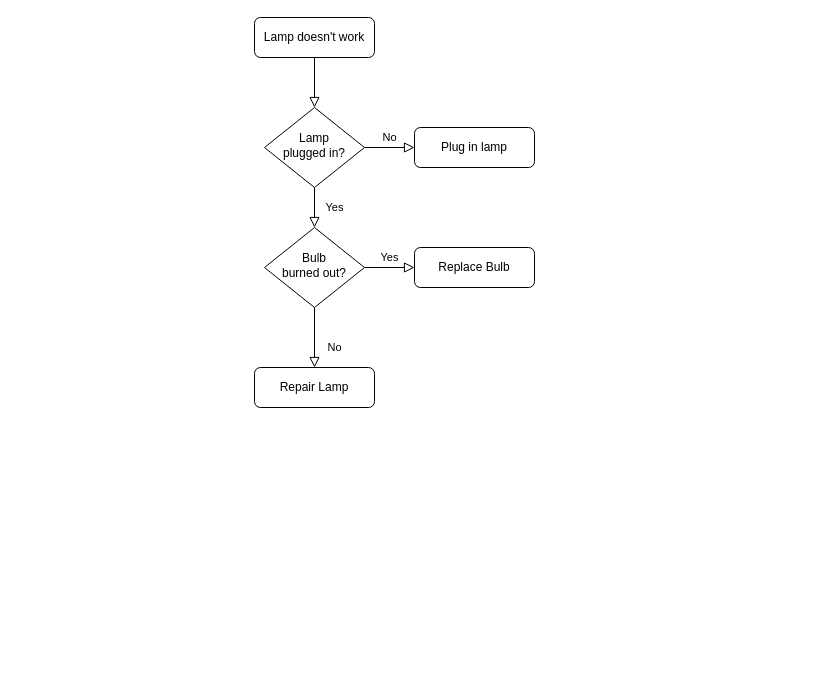
Above: Untitled Diagram.drawio in ZibaBahari/toDoList (draw.io), before the change. Source tidied: cells renumbered, new cells numbered last; positions are measured from the earlier drawing's top-left corner, leaving out a move shared by most shapes. Both pictures are drawn from the tidied source at 100%, with x=0, y=0 at pixel (254, 17).
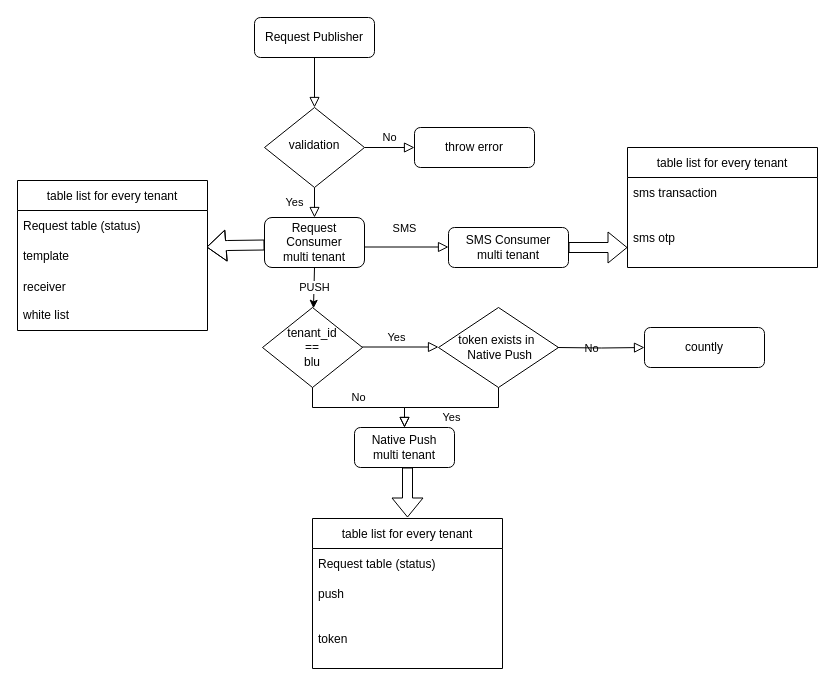
The same page after the edit.

The edit, as a diff of the source:
```diff
@@
-    <mxCell id="3" value="Lamp doesn't work" style="rounded=1;whiteSpace=wrap;html=1;fontSize=12;glass=0;strokeWidth=1;shadow=0;" parent="1" vertex="1">
+    <mxCell id="3" value="Request Publisher" style="rounded=1;whiteSpace=wrap;html=1;fontSize=12;glass=0;strokeWidth=1;shadow=0;" parent="1" vertex="1">
       <mxGeometry width="120" height="40" as="geometry" />
     </mxCell>
-    <mxCell id="4" value="Yes" style="rounded=0;html=1;jettySize=auto;fontSize=11;endArrow=block;endFill=0;endSize=8;strokeWidth=1;shadow=0;labelBackgroundColor=none;edgeStyle=orthogonalEdgeStyle;" parent="1" edge="1" source="6" target="10">
+    <mxCell id="4" value="Yes" style="rounded=0;html=1;jettySize=auto;fontSize=11;endArrow=block;endFill=0;endSize=8;strokeWidth=1;shadow=0;labelBackgroundColor=none;edgeStyle=orthogonalEdgeStyle;entryX=0.5;entryY=0;entryDx=0;entryDy=0;" parent="1" edge="1" source="6" target="13">
       <mxGeometry y="20" relative="1" as="geometry" />
     </mxCell>
@@
-    <mxCell id="6" value="Lamp&lt;br&gt;plugged in?" style="rhombus;whiteSpace=wrap;html=1;shadow=0;fontFamily=Helvetica;fontSize=12;align=center;strokeWidth=1;spacing=6;spacingTop=-4;" parent="1" vertex="1">
+    <mxCell id="6" value="validation" style="rhombus;whiteSpace=wrap;html=1;shadow=0;fontFamily=Helvetica;fontSize=12;align=center;strokeWidth=1;spacing=6;spacingTop=-4;" parent="1" vertex="1">
       <mxGeometry x="10" y="90" width="100" height="80" as="geometry" />
     </mxCell>
-    <mxCell id="7" value="Plug in lamp" style="rounded=1;whiteSpace=wrap;html=1;fontSize=12;glass=0;strokeWidth=1;shadow=0;" parent="1" vertex="1">
+    <mxCell id="7" value="throw error" style="rounded=1;whiteSpace=wrap;html=1;fontSize=12;glass=0;strokeWidth=1;shadow=0;" parent="1" vertex="1">
       <mxGeometry x="160" y="110" width="120" height="40" as="geometry" />
     </mxCell>
-    <mxCell id="8" value="No" style="rounded=0;html=1;jettySize=auto;fontSize=11;endArrow=block;endFill=0;endSize=8;strokeWidth=1;shadow=0;labelBackgroundColor=none;edgeStyle=orthogonalEdgeStyle;" parent="1" edge="1" source="10" target="11">
-      <mxGeometry x="0.33" y="20" relative="1" as="geometry" />
-    </mxCell>
-    <mxCell id="9" value="Yes" style="edgeStyle=orthogonalEdgeStyle;rounded=0;html=1;jettySize=auto;fontSize=11;endArrow=block;endFill=0;endSize=8;strokeWidth=1;shadow=0;labelBackgroundColor=none;" parent="1" edge="1" source="10" target="12">
-      <mxGeometry y="10" relative="1" as="geometry" />
+    <mxCell id="9" value="Yes" style="edgeStyle=orthogonalEdgeStyle;rounded=0;html=1;jettySize=auto;orthogonalLoop=1;fontSize=11;endArrow=block;endFill=0;endSize=8;strokeWidth=1;shadow=0;labelBackgroundColor=none;" parent="1" edge="1">
+      <mxGeometry y="10" relative="1" as="geometry">
+        <mxPoint x="100" y="329.5" as="sourcePoint" />
+        <mxPoint x="184" y="329.5" as="targetPoint" />
+        <Array as="points">
+          <mxPoint x="100" y="329.5" />
+        </Array>
+      </mxGeometry>
     </mxCell>
-    <mxCell id="10" value="Bulb&lt;br&gt;burned out?" style="rhombus;whiteSpace=wrap;html=1;shadow=0;fontFamily=Helvetica;fontSize=12;align=center;strokeWidth=1;spacing=6;spacingTop=-4;" parent="1" vertex="1">
-      <mxGeometry x="10" y="210" width="100" height="80" as="geometry" />
-    </mxCell>
-    <mxCell id="11" value="Repair Lamp" style="rounded=1;whiteSpace=wrap;html=1;fontSize=12;glass=0;strokeWidth=1;shadow=0;" parent="1" vertex="1">
-      <mxGeometry y="350" width="120" height="40" as="geometry" />
-    </mxCell>
-    <mxCell id="12" value="Replace Bulb" style="rounded=1;whiteSpace=wrap;html=1;fontSize=12;glass=0;strokeWidth=1;shadow=0;" parent="1" vertex="1">
-      <mxGeometry x="160" y="230" width="120" height="40" as="geometry" />
+    <mxCell id="12" value="SMS Consumer&lt;br&gt;multi tenant" style="rounded=1;whiteSpace=wrap;html=1;fontSize=12;glass=0;strokeWidth=1;shadow=0;" parent="1" vertex="1">
+      <mxGeometry x="194" y="210" width="120" height="40" as="geometry" />
     </mxCell>
+    <mxCell id="13" value="Request Consumer&lt;br&gt;multi tenant&lt;br&gt;" style="rounded=1;whiteSpace=wrap;html=1;" parent="1" vertex="1">
+      <mxGeometry x="10" y="200" width="100" height="50" as="geometry" />
+    </mxCell>
+    <mxCell id="14" value="PUSH" style="endArrow=classic;html=1;rounded=0;exitX=0.5;exitY=1;exitDx=0;exitDy=0;" parent="1" edge="1" source="13" target="15">
+      <mxGeometry relative="1" as="geometry" />
+    </mxCell>
+    <mxCell id="15" value="tenant_id&lt;br&gt;== &lt;br&gt;blu" style="rhombus;whiteSpace=wrap;html=1;" parent="1" vertex="1">
+      <mxGeometry x="8" y="290" width="100" height="80" as="geometry" />
+    </mxCell>
+    <mxCell id="16" value="token exists in&amp;nbsp; &amp;nbsp;Native Push" style="rhombus;whiteSpace=wrap;html=1;" parent="1" vertex="1">
+      <mxGeometry x="184" y="290" width="120" height="80" as="geometry" />
+    </mxCell>
+    <mxCell id="17" value="SMS" style="edgeStyle=orthogonalEdgeStyle;rounded=0;html=1;jettySize=auto;orthogonalLoop=1;fontSize=11;endArrow=block;endFill=0;endSize=8;strokeWidth=1;shadow=0;labelBackgroundColor=none;" parent="1" edge="1">
+      <mxGeometry x="-0.05" y="20" relative="1" as="geometry">
+        <mxPoint x="110" y="229.5" as="sourcePoint" />
+        <mxPoint x="194" y="229.5" as="targetPoint" />
+        <Array as="points">
+          <mxPoint x="110" y="229.5" />
+        </Array>
+        <mxPoint y="1" as="offset" />
+      </mxGeometry>
+    </mxCell>
+    <mxCell id="18" value="countly" style="rounded=1;whiteSpace=wrap;html=1;fontSize=12;glass=0;strokeWidth=1;shadow=0;" parent="1" vertex="1">
+      <mxGeometry x="390" y="310" width="120" height="40" as="geometry" />
+    </mxCell>
+    <mxCell id="19" value="No" style="edgeStyle=orthogonalEdgeStyle;rounded=0;html=1;jettySize=auto;fontSize=11;endArrow=block;endFill=0;endSize=8;strokeWidth=1;shadow=0;labelBackgroundColor=none;entryX=0;entryY=0.5;entryDx=0;entryDy=0;" parent="1" edge="1" target="18">
+      <mxGeometry y="10" relative="1" as="geometry">
+        <mxPoint x="303" y="330" as="sourcePoint" />
+      </mxGeometry>
+    </mxCell>
+    <mxCell id="20" value="Yes" style="edgeStyle=orthogonalEdgeStyle;rounded=0;html=1;jettySize=auto;fontSize=11;endArrow=block;endFill=0;endSize=8;strokeWidth=1;shadow=0;labelBackgroundColor=none;exitX=0.5;exitY=1;exitDx=0;exitDy=0;" parent="1" edge="1" source="16">
+      <mxGeometry y="10" relative="1" as="geometry">
+        <mxPoint x="150" y="410" as="targetPoint" />
+        <Array as="points">
+          <mxPoint x="244" y="390" />
+          <mxPoint x="150" y="390" />
+        </Array>
+      </mxGeometry>
+    </mxCell>
+    <mxCell id="21" value="No" style="edgeStyle=orthogonalEdgeStyle;rounded=0;html=1;jettySize=auto;fontSize=11;endArrow=block;endFill=0;endSize=8;strokeWidth=1;shadow=0;labelBackgroundColor=none;exitX=0.5;exitY=1;exitDx=0;exitDy=0;" parent="1" edge="1" source="15">
+      <mxGeometry y="10" relative="1" as="geometry">
+        <mxPoint x="150" y="410" as="targetPoint" />
+        <Array as="points">
+          <mxPoint x="58" y="390" />
+          <mxPoint x="150" y="390" />
+          <mxPoint x="150" y="410" />
+        </Array>
+      </mxGeometry>
+    </mxCell>
+    <mxCell id="22" value="Native Push&lt;br&gt;multi tenant" style="rounded=1;whiteSpace=wrap;html=1;" parent="1" vertex="1">
+      <mxGeometry x="100" y="410" width="100" height="40" as="geometry" />
+    </mxCell>
+    <mxCell id="23" value="table list for every tenant" style="swimlane;fontStyle=0;horizontal=1;startSize=30;" parent="1" vertex="1">
+      <mxGeometry x="-237" y="163" width="190" height="150" as="geometry" />
+    </mxCell>
+    <mxCell id="24" value="Request table (status)" style="text;strokeColor=none;fillColor=none;align=left;verticalAlign=middle;spacingLeft=4;spacingRight=4;overflow=hidden;" parent="23" vertex="1">
+      <mxGeometry y="30" width="190" height="30" as="geometry" />
+    </mxCell>
+    <mxCell id="25" value="template" style="text;strokeColor=none;fillColor=none;align=left;verticalAlign=middle;spacingLeft=4;spacingRight=4;overflow=hidden;" parent="23" vertex="1">
+      <mxGeometry y="60" width="190" height="30" as="geometry" />
+    </mxCell>
+    <mxCell id="26" value="receiver&#10;&#10;white list" style="text;strokeColor=none;fillColor=none;align=left;verticalAlign=middle;spacingLeft=4;spacingRight=4;overflow=hidden;" parent="23" vertex="1">
+      <mxGeometry y="90" width="190" height="60" as="geometry" />
+    </mxCell>
+    <mxCell id="27" style="shape=flexArrow;endArrow=classic;html=1;rounded=0;exitX=0;exitY=0.75;exitDx=0;exitDy=0;" parent="1" edge="1">
+      <mxGeometry relative="1" as="geometry">
+        <mxPoint x="10" y="227.5" as="sourcePoint" />
+        <mxPoint x="-48" y="229.6" as="targetPoint" />
+        <Array as="points">
+          <mxPoint x="-27" y="228" />
+        </Array>
+      </mxGeometry>
+    </mxCell>
+    <mxCell id="28" style="shape=flexArrow;endArrow=classic;html=1;rounded=0;" parent="1" edge="1">
+      <mxGeometry relative="1" as="geometry">
+        <mxPoint x="153" y="450" as="sourcePoint" />
+        <mxPoint x="153" y="500" as="targetPoint" />
+      </mxGeometry>
+    </mxCell>
+    <mxCell id="29" value="table list for every tenant" style="swimlane;fontStyle=0;horizontal=1;startSize=30;" parent="1" vertex="1">
+      <mxGeometry x="58" y="501" width="190" height="150" as="geometry" />
+    </mxCell>
+    <mxCell id="30" value="Request table (status)" style="text;strokeColor=none;fillColor=none;align=left;verticalAlign=middle;spacingLeft=4;spacingRight=4;overflow=hidden;" parent="29" vertex="1">
+      <mxGeometry y="30" width="190" height="30" as="geometry" />
+    </mxCell>
+    <mxCell id="31" value="push" style="text;strokeColor=none;fillColor=none;align=left;verticalAlign=middle;spacingLeft=4;spacingRight=4;overflow=hidden;" parent="29" vertex="1">
+      <mxGeometry y="60" width="190" height="30" as="geometry" />
+    </mxCell>
+    <mxCell id="32" value="token" style="text;strokeColor=none;fillColor=none;align=left;verticalAlign=middle;spacingLeft=4;spacingRight=4;overflow=hidden;" parent="29" vertex="1">
+      <mxGeometry y="90" width="190" height="60" as="geometry" />
+    </mxCell>
+    <mxCell id="33" style="shape=flexArrow;endArrow=classic;html=1;rounded=0;exitX=1;exitY=0.5;exitDx=0;exitDy=0;" parent="1" edge="1" source="12">
+      <mxGeometry relative="1" as="geometry">
+        <mxPoint x="373" y="230" as="targetPoint" />
+      </mxGeometry>
+    </mxCell>
+    <mxCell id="34" value="table list for every tenant" style="swimlane;fontStyle=0;horizontal=1;startSize=30;" parent="1" vertex="1">
+      <mxGeometry x="373" y="130" width="190" height="120" as="geometry" />
+    </mxCell>
+    <mxCell id="35" value="sms transaction" style="text;strokeColor=none;fillColor=none;align=left;verticalAlign=middle;spacingLeft=4;spacingRight=4;overflow=hidden;" parent="34" vertex="1">
+      <mxGeometry y="30" width="190" height="30" as="geometry" />
+    </mxCell>
+    <mxCell id="36" value="sms otp" style="text;strokeColor=none;fillColor=none;align=left;verticalAlign=middle;spacingLeft=4;spacingRight=4;overflow=hidden;" parent="34" vertex="1">
+      <mxGeometry y="60" width="190" height="60" as="geometry" />
+    </mxCell>
```
